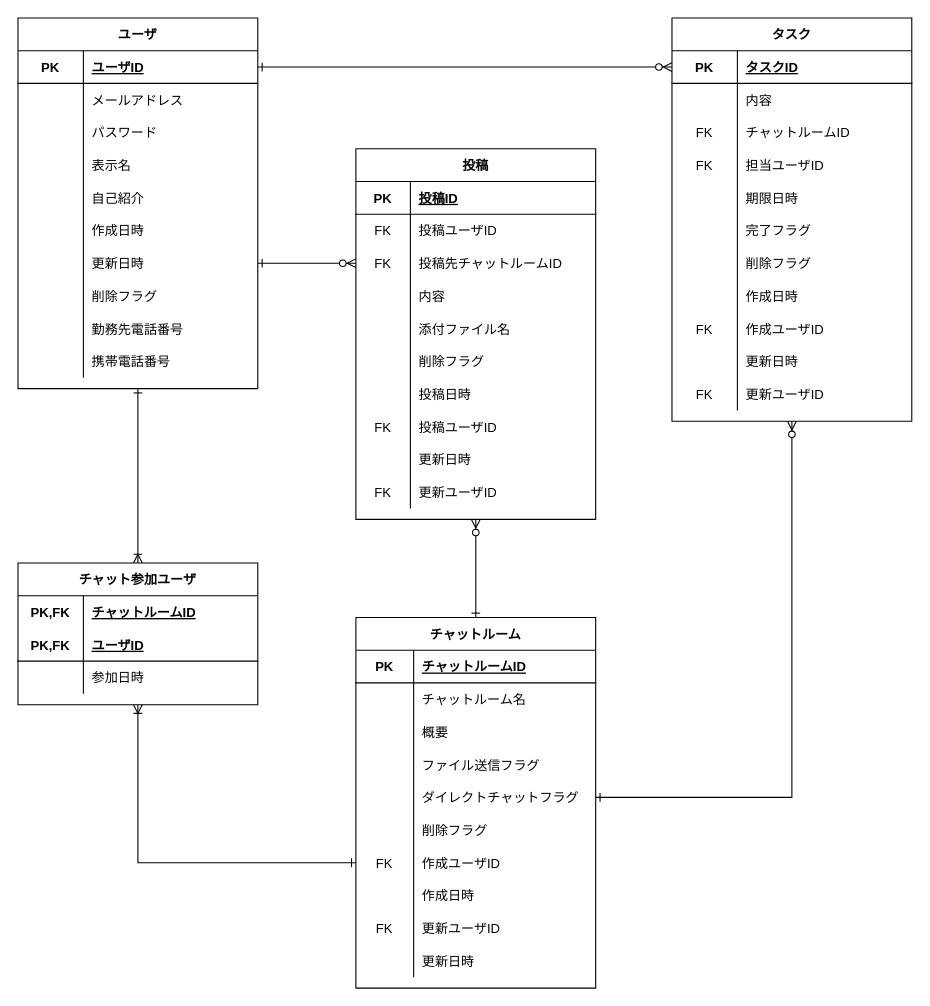
Before: db/db-challenge1/chatwork.dio in mb-c16h18n3scl31985/quelcode-db, a draw.io diagram. Source tidied: cells renumbered, new cells numbered last; positions are measured from the earlier drawing's top-left corner, leaving out a move shared by most shapes. Both pictures are drawn from the tidied source at 109%, with x=0, y=0 at pixel (17, 17).
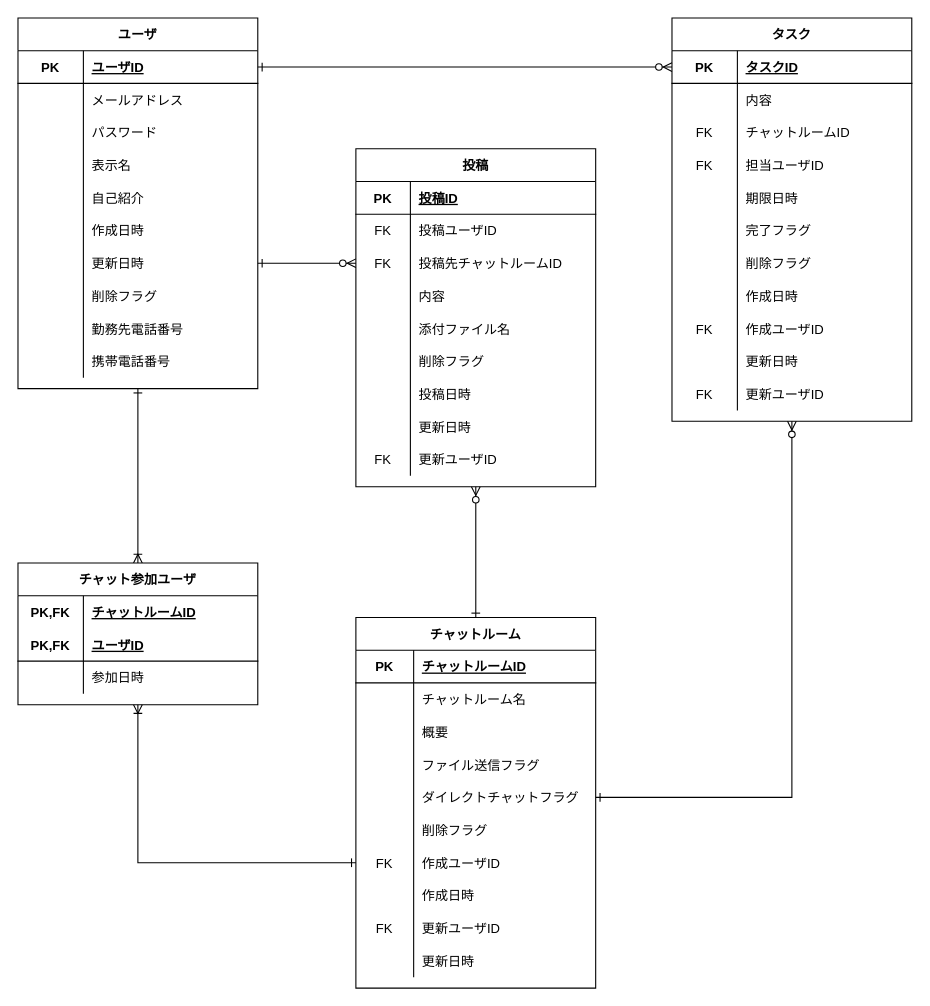
The same diagram, later.

Commit message (it also covers changes not shown here):
投稿テーブルの重複カラムを削除

The edit, as a diff of the source:
```diff
@@
     <mxCell id="83" value="投稿" style="shape=table;startSize=30;childLayout=tableLayout;rowLines=0;fontStyle=1;align=center;" parent="1" vertex="1">
-      <mxGeometry x="310" y="120" width="220" height="340" as="geometry" />
+      <mxGeometry x="310" y="120" width="220" height="310" as="geometry" />
     </mxCell>
@@
-    <mxCell id="105" style="shape=partialRectangle;fillColor=none;top=0;left=0;bottom=0;right=0;" parent="83" vertex="1">
-      <mxGeometry y="240" width="220" height="30" as="geometry" />
-    </mxCell>
-    <mxCell id="106" value="FK" style="shape=partialRectangle;fillColor=none;top=0;left=0;bottom=0;right=0;overflow=hidden;" parent="105" vertex="1">
-      <mxGeometry width="50" height="30" as="geometry" />
-    </mxCell>
-    <mxCell id="107" value="投稿ユーザID" style="shape=partialRectangle;fillColor=none;top=0;left=0;bottom=0;right=0;align=left;spacingLeft=6;overflow=hidden;" parent="105" vertex="1">
-      <mxGeometry x="50" width="170" height="30" as="geometry" />
-    </mxCell>
     <mxCell id="108" style="shape=partialRectangle;fillColor=none;top=0;left=0;bottom=0;right=0;" parent="83" vertex="1">
-      <mxGeometry y="270" width="220" height="30" as="geometry" />
+      <mxGeometry y="240" width="220" height="30" as="geometry" />
     </mxCell>
@@
     <mxCell id="111" style="shape=partialRectangle;fillColor=none;top=0;left=0;bottom=0;right=0;" parent="83" vertex="1">
-      <mxGeometry y="300" width="220" height="30" as="geometry" />
+      <mxGeometry y="270" width="220" height="30" as="geometry" />
     </mxCell>
```
